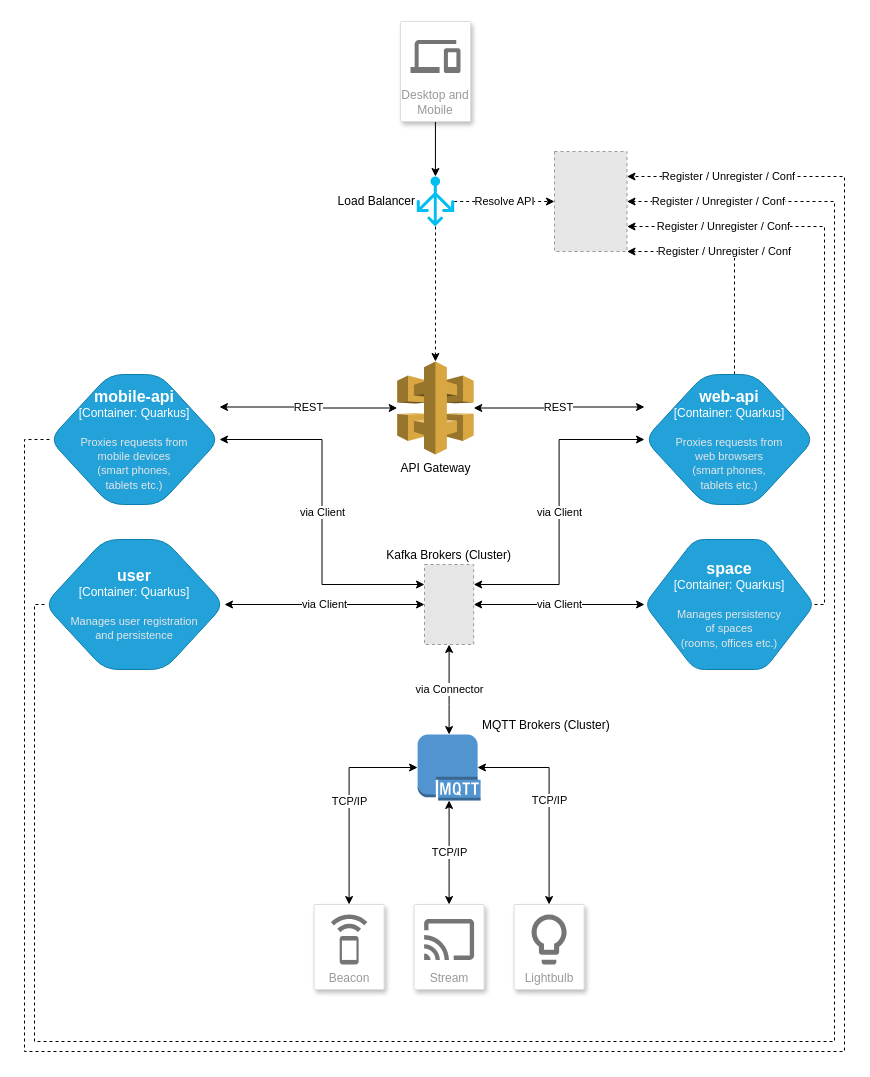
The draw.io diagram services/thingsaware_services_arc.drawio in erdigokce/thingsaware, before the edit. Source tidied: cells renumbered, new cells numbered last; positions are measured from the earlier drawing's top-left corner, leaving out a move shared by most shapes. Both pictures are drawn from the tidied source at 100%, with x=0, y=0 at pixel (24, 21). Pictures stored in the file or linked from it are replaced by grey dashed boxes.
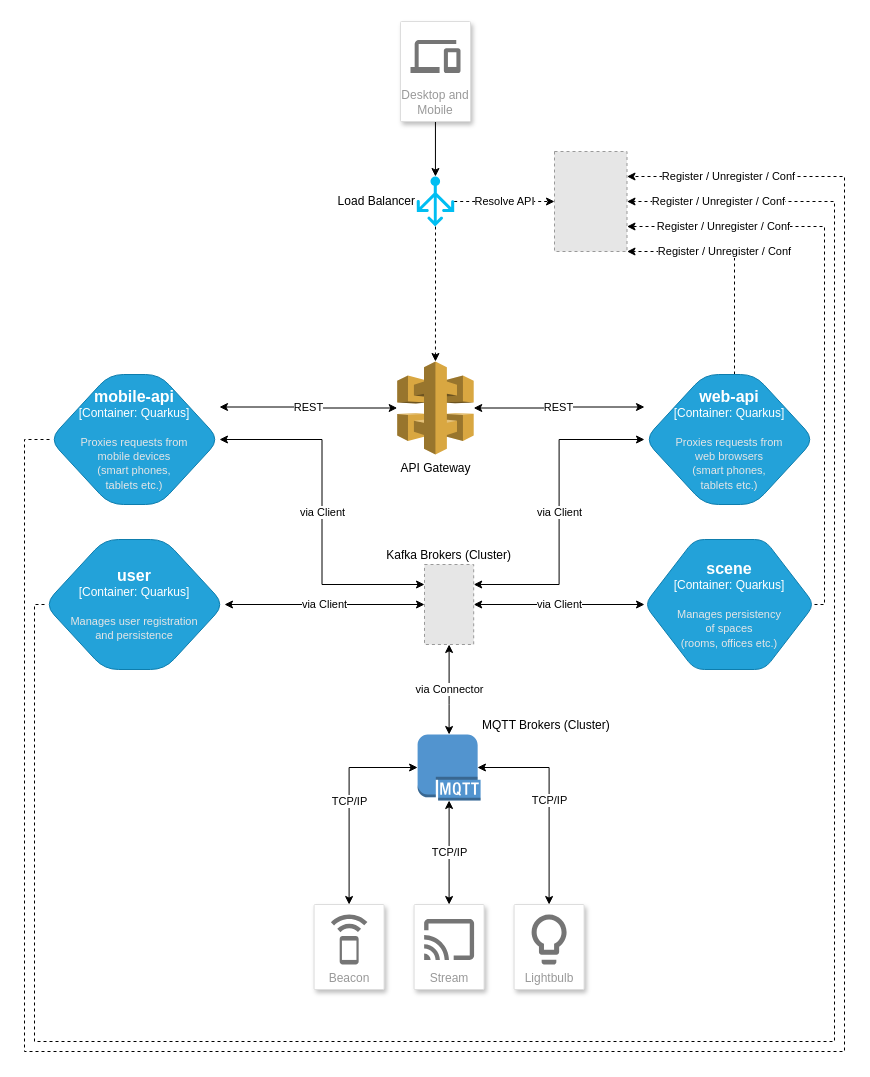
The same page after the edit.

The edit, as a diff of the source:
```diff
@@
-    <object id="7" label="&lt;font style=&quot;font-size: 16px&quot;&gt;&lt;b&gt;%c4Type%&lt;/b&gt;&lt;/font&gt;&lt;div&gt;[%c4Container%:&amp;nbsp;%c4Technology%]&lt;/div&gt;&lt;br&gt;&lt;div&gt;&lt;font style=&quot;font-size: 11px&quot;&gt;&lt;font color=&quot;#E6E6E6&quot;&gt;%c4Description%&lt;/font&gt;&lt;/div&gt;" c4Container="Container" c4Description="Manages persistency&#10;of spaces&#10;(rooms, offices etc.)" c4Technology="Quarkus" c4Type="space" placeholders="1">
+    <object id="7" label="&lt;font style=&quot;font-size: 16px&quot;&gt;&lt;b&gt;%c4Type%&lt;/b&gt;&lt;/font&gt;&lt;div&gt;[%c4Container%:&amp;nbsp;%c4Technology%]&lt;/div&gt;&lt;br&gt;&lt;div&gt;&lt;font style=&quot;font-size: 11px&quot;&gt;&lt;font color=&quot;#E6E6E6&quot;&gt;%c4Description%&lt;/font&gt;&lt;/div&gt;" c4Container="Container" c4Description="Manages persistency&#10;of spaces&#10;(rooms, offices etc.)" c4Technology="Quarkus" c4Type="scene" placeholders="1">
       <mxCell style="shape=hexagon;size=50;perimeter=hexagonPerimeter2;whiteSpace=wrap;html=1;fixedSize=1;rounded=1;labelBackgroundColor=none;fillColor=#23A2D9;fontSize=12;fontColor=#ffffff;align=center;strokeColor=#0E7DAD;points=[[0.5,0,0],[1,0.25,0],[1,0.5,0],[1,0.75,0],[0.5,1,0],[0,0.75,0],[0,0.5,0],[0,0.25,0]];" parent="1" vertex="1">
         <mxGeometry x="620" y="518" width="170" height="130" as="geometry" />
       </mxCell>
     </object>
```
